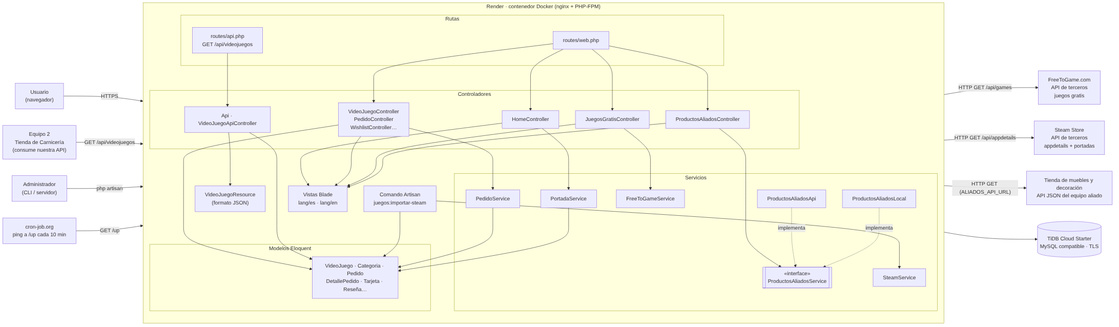
The Mermaid diagram docs/diagramas/arquitectura.png in Juanes420/Proyecto_Arquitectura_de_Software, before a commit. Its source is kept beside it as docs/diagramas/arquitectura.mmd.
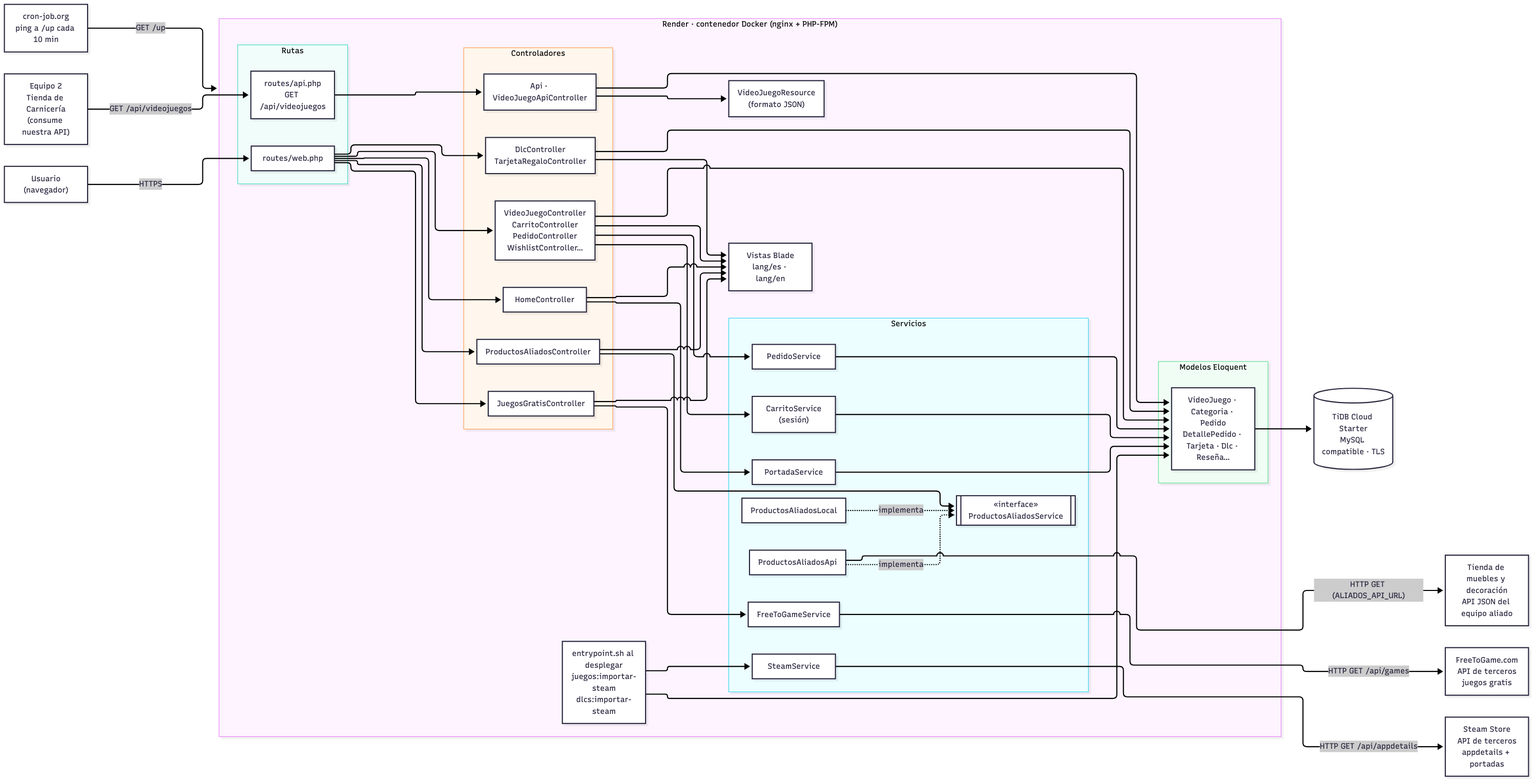
The same file after the commit.

Commit message:
docs: completar diagramas con carrito, dlc y tarjetas de regalo

Change to the diagram source:
```diff
@@ -1,6 +1,5 @@
 flowchart LR
     U["Usuario<br/>(navegador)"]
-    ADM["Administrador<br/>(CLI / servidor)"]
     E2["Equipo 2<br/>Tienda de Carnicería<br/>(consume nuestra API)"]
     ALI["Tienda de muebles y decoración<br/>API JSON del equipo aliado"]
     FTG["FreeToGame.com<br/>API de terceros<br/>juegos gratis"]
@@ -15,14 +14,16 @@
         end
         subgraph CTRL["Controladores"]
             C0["HomeController"]
-            C1["VideoJuegoController<br/>PedidoController<br/>WishlistController…"]
+            C1["VideoJuegoController<br/>CarritoController<br/>PedidoController<br/>WishlistController…"]
+            C5["DlcController<br/>TarjetaRegaloController"]
             C2["Api · VideoJuegoApiController"]
             C3["JuegosGratisController"]
             C4["ProductosAliadosController"]
         end
-        CMD["Comando Artisan<br/>juegos:importar-steam"]
+        CMD["entrypoint.sh al desplegar<br/>juegos:importar-steam<br/>dlcs:importar-steam"]
         subgraph SERV["Servicios"]
             S1["PedidoService"]
+            S7["CarritoService<br/>(sesión)"]
             S2["FreeToGameService"]
             S5["SteamService"]
             S6["PortadaService"]
@@ -31,7 +32,7 @@
             S4["ProductosAliadosLocal"]
         end
         subgraph MOD["Modelos Eloquent"]
-            M["VideoJuego · Categoria · Pedido<br/>DetallePedido · Tarjeta · Reseña…"]
+            M["VideoJuego · Categoria · Pedido<br/>DetallePedido · Tarjeta · Dlc · Reseña…"]
         end
         R["VideoJuegoResource<br/>(formato JSON)"]
         V["Vistas Blade<br/>lang/es · lang/en"]
@@ -42,11 +43,13 @@
     U -- HTTPS --> WEB
     E2 -- "GET /api/videojuegos" --> API
     CRON -- "GET /up" --> RENDER
-    ADM -- "php artisan" --> CMD
-    WEB --> C0 & C1 & C3 & C4
+    WEB --> C0 & C1 & C3 & C4 & C5
     API --> C2
     C0 --> S6
     C1 --> S1
+    C1 --> S7
+    S7 --> M
+    C5 --> M
     C1 --> M
     S1 --> M
     S6 --> M
@@ -62,4 +65,4 @@
     S5 -- "HTTP GET /api/appdetails" --> STEAM
     S3 -- "HTTP GET (ALIADOS_API_URL)" --> ALI
     M --> DB
-    C0 & C1 & C3 & C4 --> V
+    C0 & C1 & C3 & C4 & C5 --> V
```
